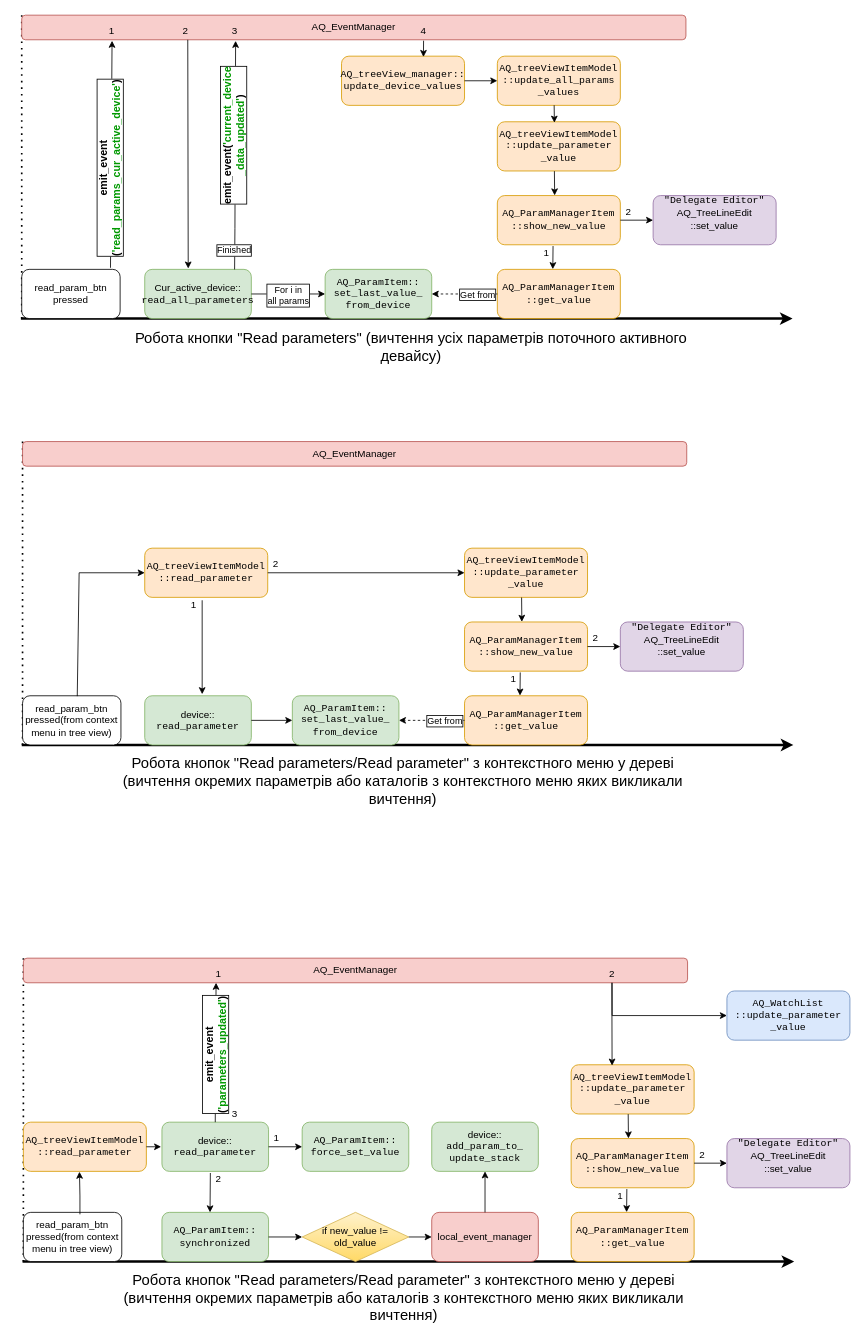
The draw.io diagram page "Вичтення значення параметру" (6 of 9) of arch.drawio in romangolovkou/AQteck_toolMAX, before the edit. Source tidied: cells renumbered, new cells numbered last; positions are measured from the earlier drawing's top-left corner, leaving out a move shared by most shapes. Both pictures are drawn from the tidied source at 82%, with x=0, y=0 at pixel (20, 15).
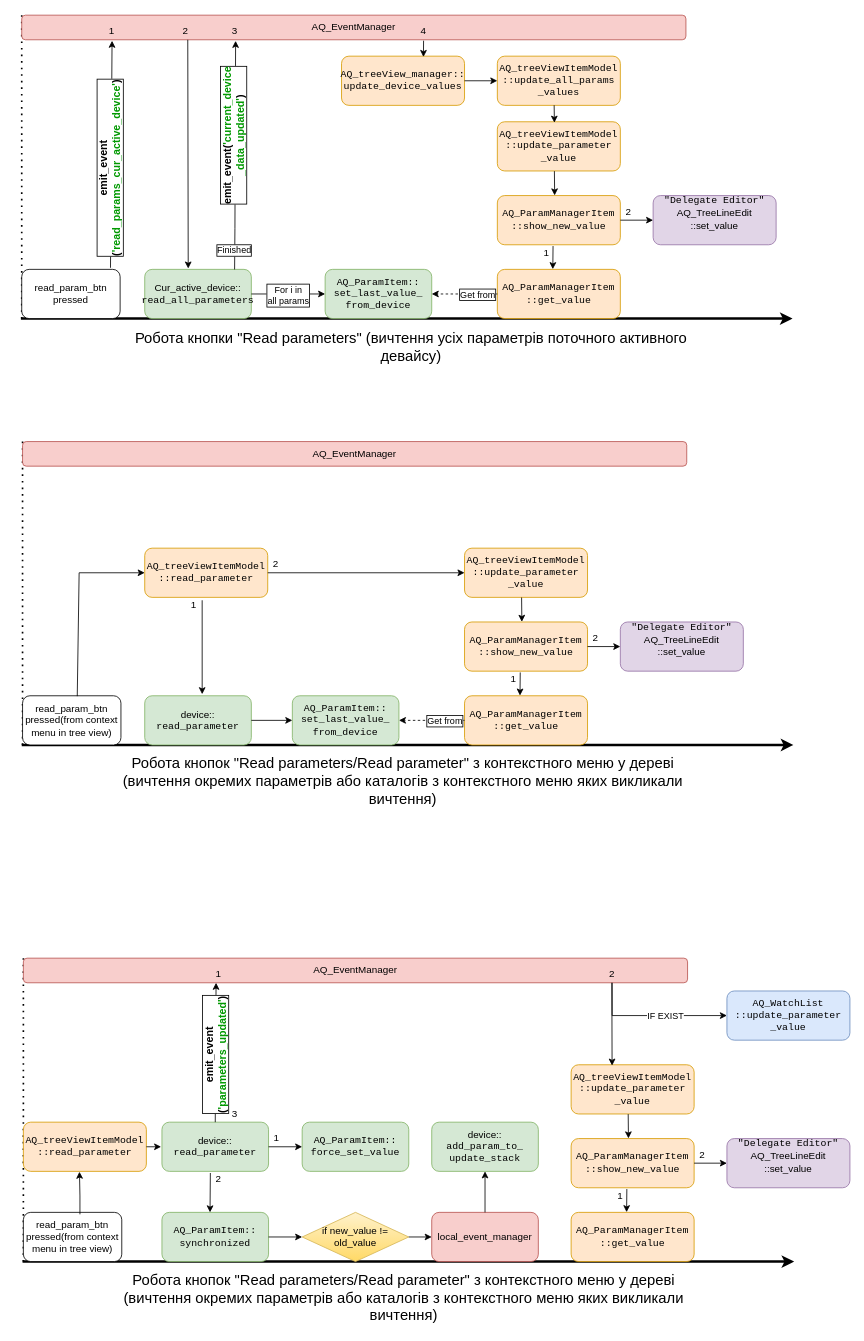
The same diagram, later.

Unchanged cells that the change refers to:
```xml
<mxCell id="95" style="endArrow=classic;html=1;rounded=0;entryX=0;entryY=0.5;entryDx=0;entryDy=0;" parent="1" edge="1" target="94">
  <mxGeometry relative="1" as="geometry">
    <mxPoint x="721" y="1180" as="sourcePoint" />
    <Array as="points">
      <mxPoint x="721" y="1220" />
    </Array>
  </mxGeometry>
</mxCell>
```

Diff of the diagram source:
```diff
@@
+    <mxCell id="101" value="IF EXIST" style="edgeLabel;html=1;align=center;verticalAlign=middle;" parent="95" vertex="1">
+      <mxGeometry x="0.16" relative="1" as="geometry" />
+    </mxCell>
```
